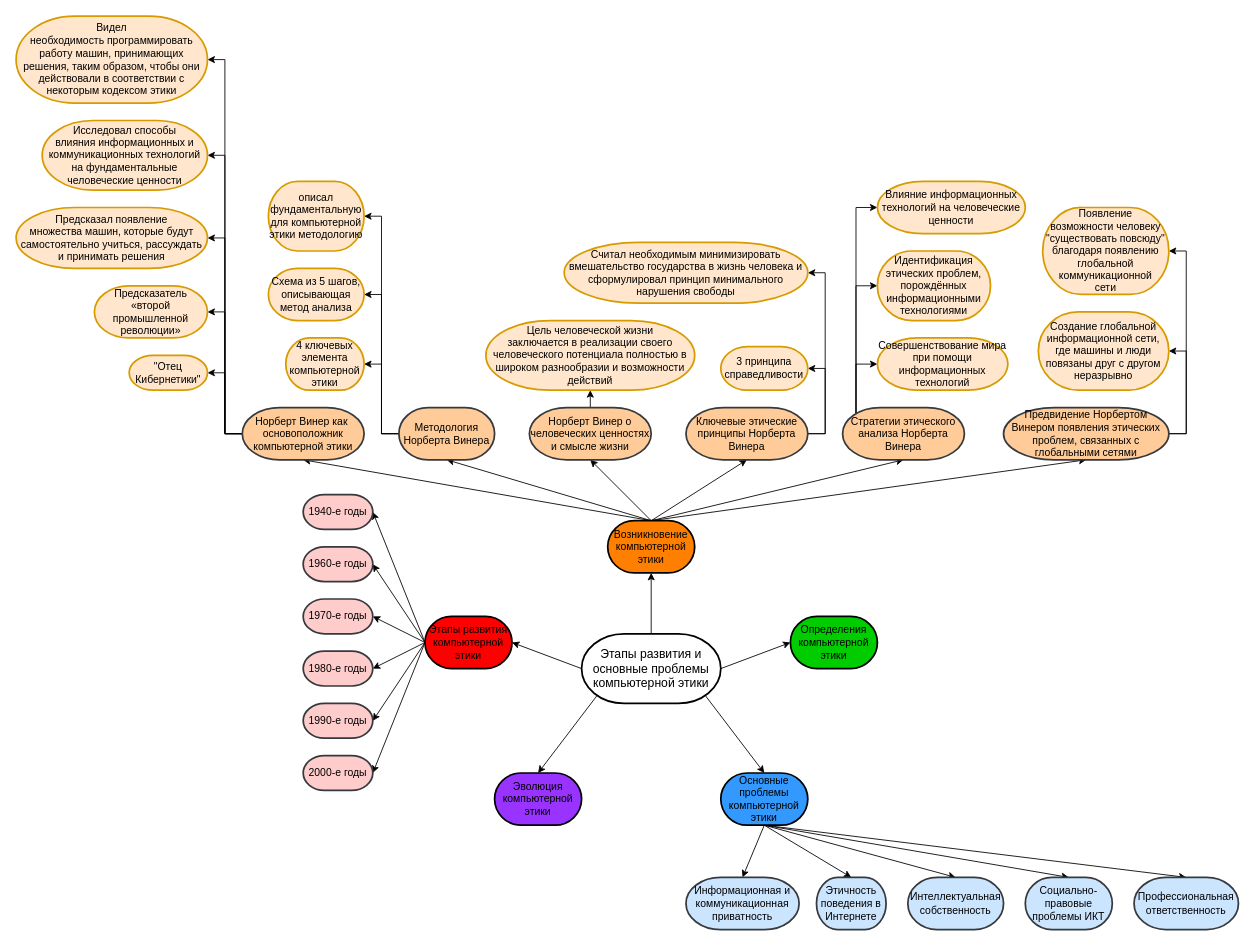
DMfananddu/DSM keeps this draw.io diagram as MIND-map.drawio. Above is the earlier version. Source tidied: cells renumbered, new cells numbered last; positions are measured from the earlier drawing's top-left corner, leaving out a move shared by most shapes. Both pictures are drawn from the tidied source at 87%, with x=0, y=0 at pixel (16, 16).
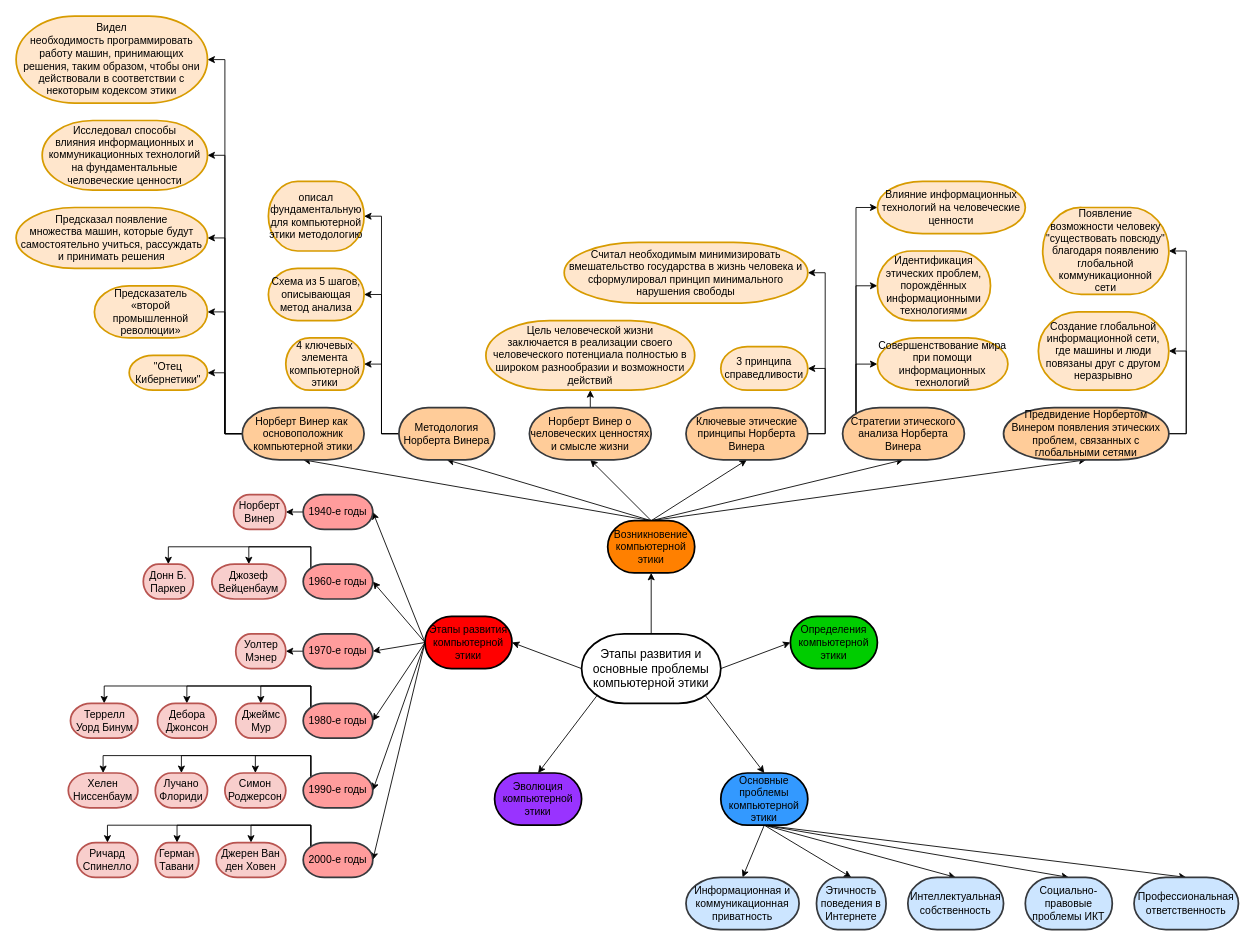
The same page after the edit.

The edit, as a diff of the source:
```diff
@@
+    <mxCell id="79" style="edgeStyle=orthogonalEdgeStyle;rounded=0;jettySize=auto;html=1;exitX=0.11;exitY=0.11;exitDx=0;exitDy=0;exitPerimeter=0;entryX=0.5;entryY=0;entryDx=0;entryDy=0;entryPerimeter=0;" parent="1" edge="1" source="30" target="94">
+      <mxGeometry relative="1" as="geometry">
+        <Array as="points">
+          <mxPoint x="339" y="610" />
+          <mxPoint x="268" y="610" />
+        </Array>
+      </mxGeometry>
+    </mxCell>
+    <mxCell id="80" style="edgeStyle=orthogonalEdgeStyle;rounded=0;jettySize=auto;html=1;exitX=0.11;exitY=0.11;exitDx=0;exitDy=0;exitPerimeter=0;entryX=0.5;entryY=0;entryDx=0;entryDy=0;entryPerimeter=0;" parent="1" edge="1" source="30" target="92">
+      <mxGeometry relative="1" as="geometry">
+        <Array as="points">
+          <mxPoint x="339" y="610" />
+          <mxPoint x="175" y="610" />
+        </Array>
+      </mxGeometry>
+    </mxCell>
-    <mxCell id="30" value="1960-е годы" style="strokeWidth=2;html=1;shape=mxgraph.flowchart.terminator;whiteSpace=wrap;fillColor=#ffcccc;strokeColor=#36393d;" parent="1" vertex="1">
-      <mxGeometry x="330" y="610" width="80" height="40" as="geometry" />
+    <mxCell id="30" value="1960-е годы" style="strokeWidth=2;html=1;shape=mxgraph.flowchart.terminator;whiteSpace=wrap;fillColor=#FF9C9C;strokeColor=#36393d;" parent="1" vertex="1">
+      <mxGeometry x="330" y="630" width="80" height="40" as="geometry" />
     </mxCell>
+    <mxCell id="81" style="edgeStyle=orthogonalEdgeStyle;rounded=0;jettySize=auto;html=1;exitX=0.11;exitY=0.11;exitDx=0;exitDy=0;exitPerimeter=0;entryX=0.5;entryY=0;entryDx=0;entryDy=0;entryPerimeter=0;" parent="1" edge="1" source="31" target="102">
+      <mxGeometry relative="1" as="geometry">
+        <Array as="points">
+          <mxPoint x="339" y="930" />
+          <mxPoint x="270" y="930" />
+        </Array>
+      </mxGeometry>
+    </mxCell>
+    <mxCell id="82" style="edgeStyle=orthogonalEdgeStyle;rounded=0;jettySize=auto;html=1;exitX=0.11;exitY=0.11;exitDx=0;exitDy=0;exitPerimeter=0;entryX=0.5;entryY=0;entryDx=0;entryDy=0;entryPerimeter=0;" parent="1" edge="1" source="31" target="103">
+      <mxGeometry relative="1" as="geometry">
+        <Array as="points">
+          <mxPoint x="339" y="930" />
+          <mxPoint x="185" y="930" />
+        </Array>
+      </mxGeometry>
+    </mxCell>
+    <mxCell id="83" style="edgeStyle=orthogonalEdgeStyle;rounded=0;jettySize=auto;html=1;exitX=0.11;exitY=0.11;exitDx=0;exitDy=0;exitPerimeter=0;entryX=0.5;entryY=0;entryDx=0;entryDy=0;entryPerimeter=0;" parent="1" edge="1" source="31" target="104">
+      <mxGeometry relative="1" as="geometry">
+        <Array as="points">
+          <mxPoint x="339" y="930" />
+          <mxPoint x="105" y="930" />
+        </Array>
+      </mxGeometry>
+    </mxCell>
-    <mxCell id="31" value="2000-е годы" style="strokeWidth=2;html=1;shape=mxgraph.flowchart.terminator;whiteSpace=wrap;fillColor=#ffcccc;strokeColor=#36393d;" parent="1" vertex="1">
-      <mxGeometry x="330" y="850" width="80" height="40" as="geometry" />
+    <mxCell id="31" value="2000-е годы" style="strokeWidth=2;html=1;shape=mxgraph.flowchart.terminator;whiteSpace=wrap;fillColor=#FF9C9C;strokeColor=#36393d;" parent="1" vertex="1">
+      <mxGeometry x="330" y="950" width="80" height="40" as="geometry" />
     </mxCell>
+    <mxCell id="84" style="edgeStyle=orthogonalEdgeStyle;rounded=0;jettySize=auto;html=1;exitX=0;exitY=0.5;exitDx=0;exitDy=0;exitPerimeter=0;entryX=1;entryY=0.5;entryDx=0;entryDy=0;entryPerimeter=0;" parent="1" edge="1" source="32" target="95">
+      <mxGeometry relative="1" as="geometry" />
+    </mxCell>
-    <mxCell id="32" value="1970-е годы" style="strokeWidth=2;html=1;shape=mxgraph.flowchart.terminator;whiteSpace=wrap;fillColor=#ffcccc;strokeColor=#36393d;" parent="1" vertex="1">
-      <mxGeometry x="330" y="670" width="80" height="40" as="geometry" />
+    <mxCell id="32" value="1970-е годы" style="strokeWidth=2;html=1;shape=mxgraph.flowchart.terminator;whiteSpace=wrap;fillColor=#FF9C9C;strokeColor=#36393d;" parent="1" vertex="1">
+      <mxGeometry x="330" y="710" width="80" height="40" as="geometry" />
     </mxCell>
+    <mxCell id="85" style="edgeStyle=orthogonalEdgeStyle;rounded=0;jettySize=auto;html=1;exitX=0;exitY=0.5;exitDx=0;exitDy=0;exitPerimeter=0;entryX=1;entryY=0.5;entryDx=0;entryDy=0;entryPerimeter=0;" parent="1" edge="1" source="33" target="93">
+      <mxGeometry relative="1" as="geometry" />
+    </mxCell>
-    <mxCell id="33" value="1940-е годы" style="strokeWidth=2;html=1;shape=mxgraph.flowchart.terminator;whiteSpace=wrap;fillColor=#ffcccc;strokeColor=#36393d;" parent="1" vertex="1">
+    <mxCell id="33" value="1940-е годы" style="strokeWidth=2;html=1;shape=mxgraph.flowchart.terminator;whiteSpace=wrap;fillColor=#FF9C9C;strokeColor=#36393d;" parent="1" vertex="1">
       <mxGeometry x="330" y="550" width="80" height="40" as="geometry" />
     </mxCell>
+    <mxCell id="86" style="edgeStyle=orthogonalEdgeStyle;rounded=0;jettySize=auto;html=1;exitX=0.11;exitY=0.11;exitDx=0;exitDy=0;exitPerimeter=0;entryX=0.5;entryY=0;entryDx=0;entryDy=0;entryPerimeter=0;" parent="1" edge="1" source="34" target="96">
+      <mxGeometry relative="1" as="geometry">
+        <Array as="points">
+          <mxPoint x="339" y="770" />
+          <mxPoint x="281" y="770" />
+        </Array>
+      </mxGeometry>
+    </mxCell>
+    <mxCell id="87" style="edgeStyle=orthogonalEdgeStyle;rounded=0;jettySize=auto;html=1;exitX=0.11;exitY=0.11;exitDx=0;exitDy=0;exitPerimeter=0;entryX=0.5;entryY=0;entryDx=0;entryDy=0;entryPerimeter=0;" parent="1" edge="1" source="34" target="97">
+      <mxGeometry relative="1" as="geometry">
+        <Array as="points">
+          <mxPoint x="339" y="770" />
+          <mxPoint x="196" y="770" />
+        </Array>
+      </mxGeometry>
+    </mxCell>
+    <mxCell id="88" style="edgeStyle=orthogonalEdgeStyle;rounded=0;jettySize=auto;html=1;exitX=0.11;exitY=0.11;exitDx=0;exitDy=0;exitPerimeter=0;entryX=0.5;entryY=0;entryDx=0;entryDy=0;entryPerimeter=0;" parent="1" edge="1" source="34" target="98">
+      <mxGeometry relative="1" as="geometry">
+        <Array as="points">
+          <mxPoint x="339" y="770" />
+          <mxPoint x="101" y="770" />
+        </Array>
+      </mxGeometry>
+    </mxCell>
-    <mxCell id="34" value="1980-е годы" style="strokeWidth=2;html=1;shape=mxgraph.flowchart.terminator;whiteSpace=wrap;fillColor=#ffcccc;strokeColor=#36393d;" parent="1" vertex="1">
-      <mxGeometry x="330" y="730" width="80" height="40" as="geometry" />
+    <mxCell id="34" value="1980-е годы" style="strokeWidth=2;html=1;shape=mxgraph.flowchart.terminator;whiteSpace=wrap;fillColor=#FF9C9C;strokeColor=#36393d;" parent="1" vertex="1">
+      <mxGeometry x="330" y="790" width="80" height="40" as="geometry" />
     </mxCell>
+    <mxCell id="89" style="edgeStyle=orthogonalEdgeStyle;rounded=0;jettySize=auto;html=1;exitX=0.11;exitY=0.11;exitDx=0;exitDy=0;exitPerimeter=0;entryX=0.5;entryY=0;entryDx=0;entryDy=0;entryPerimeter=0;" parent="1" edge="1" source="35" target="99">
+      <mxGeometry relative="1" as="geometry">
+        <Array as="points">
+          <mxPoint x="339" y="850" />
+          <mxPoint x="275" y="850" />
+        </Array>
+      </mxGeometry>
+    </mxCell>
+    <mxCell id="90" style="edgeStyle=orthogonalEdgeStyle;rounded=0;jettySize=auto;html=1;exitX=0.11;exitY=0.11;exitDx=0;exitDy=0;exitPerimeter=0;entryX=0.5;entryY=0;entryDx=0;entryDy=0;entryPerimeter=0;" parent="1" edge="1" source="35" target="100">
+      <mxGeometry relative="1" as="geometry">
+        <Array as="points">
+          <mxPoint x="339" y="850" />
+          <mxPoint x="190" y="850" />
+        </Array>
+      </mxGeometry>
+    </mxCell>
+    <mxCell id="91" style="edgeStyle=orthogonalEdgeStyle;rounded=0;jettySize=auto;html=1;exitX=0.11;exitY=0.11;exitDx=0;exitDy=0;exitPerimeter=0;entryX=0.5;entryY=0;entryDx=0;entryDy=0;entryPerimeter=0;" parent="1" edge="1" source="35" target="101">
+      <mxGeometry relative="1" as="geometry">
+        <Array as="points">
+          <mxPoint x="339" y="850" />
+          <mxPoint x="100" y="850" />
+        </Array>
+      </mxGeometry>
+    </mxCell>
-    <mxCell id="35" value="1990-е годы" style="strokeWidth=2;html=1;shape=mxgraph.flowchart.terminator;whiteSpace=wrap;fillColor=#ffcccc;strokeColor=#36393d;" parent="1" vertex="1">
-      <mxGeometry x="330" y="790" width="80" height="40" as="geometry" />
+    <mxCell id="35" value="1990-е годы" style="strokeWidth=2;html=1;shape=mxgraph.flowchart.terminator;whiteSpace=wrap;fillColor=#FF9C9C;strokeColor=#36393d;" parent="1" vertex="1">
+      <mxGeometry x="330" y="870" width="80" height="40" as="geometry" />
     </mxCell>
@@
+    <mxCell id="92" value="Донн Б. Паркер" style="strokeWidth=2;html=1;shape=mxgraph.flowchart.terminator;whiteSpace=wrap;fillColor=#f8cecc;strokeColor=#b85450;" parent="1" vertex="1">
+      <mxGeometry x="146.2" y="630" width="57.5" height="40" as="geometry" />
+    </mxCell>
+    <mxCell id="93" value="Норберт Винер" style="strokeWidth=2;html=1;shape=mxgraph.flowchart.terminator;whiteSpace=wrap;fillColor=#f8cecc;strokeColor=#b85450;" parent="1" vertex="1">
+      <mxGeometry x="250" y="550" width="60" height="40" as="geometry" />
+    </mxCell>
+    <mxCell id="94" value="Джозеф Вейценбаум" style="strokeWidth=2;html=1;shape=mxgraph.flowchart.terminator;whiteSpace=wrap;fillColor=#f8cecc;strokeColor=#b85450;" parent="1" vertex="1">
+      <mxGeometry x="225" y="630" width="85" height="40" as="geometry" />
+    </mxCell>
+    <mxCell id="95" value="Уолтер Мэнер" style="strokeWidth=2;html=1;shape=mxgraph.flowchart.terminator;whiteSpace=wrap;fillColor=#f8cecc;strokeColor=#b85450;" parent="1" vertex="1">
+      <mxGeometry x="252.5" y="710" width="57.5" height="40" as="geometry" />
+    </mxCell>
+    <mxCell id="96" value="Джеймс Мур" style="strokeWidth=2;html=1;shape=mxgraph.flowchart.terminator;whiteSpace=wrap;fillColor=#f8cecc;strokeColor=#b85450;" parent="1" vertex="1">
+      <mxGeometry x="252.5" y="790" width="57.5" height="40" as="geometry" />
+    </mxCell>
+    <mxCell id="97" value="Дебора Джонсон" style="strokeWidth=2;html=1;shape=mxgraph.flowchart.terminator;whiteSpace=wrap;fillColor=#f8cecc;strokeColor=#b85450;" parent="1" vertex="1">
+      <mxGeometry x="162.5" y="790" width="67.5" height="40" as="geometry" />
+    </mxCell>
+    <mxCell id="98" value="Террелл Уорд Бинум" style="strokeWidth=2;html=1;shape=mxgraph.flowchart.terminator;whiteSpace=wrap;fillColor=#f8cecc;strokeColor=#b85450;" parent="1" vertex="1">
+      <mxGeometry x="62.5" y="790" width="77.5" height="40" as="geometry" />
+    </mxCell>
+    <mxCell id="99" value="Симон Роджерсон" style="strokeWidth=2;html=1;shape=mxgraph.flowchart.terminator;whiteSpace=wrap;fillColor=#f8cecc;strokeColor=#b85450;" parent="1" vertex="1">
+      <mxGeometry x="240" y="870" width="70" height="40" as="geometry" />
+    </mxCell>
+    <mxCell id="100" value="Лучано Флориди" style="strokeWidth=2;html=1;shape=mxgraph.flowchart.terminator;whiteSpace=wrap;fillColor=#f8cecc;strokeColor=#b85450;" parent="1" vertex="1">
+      <mxGeometry x="160" y="870" width="60" height="40" as="geometry" />
+    </mxCell>
+    <mxCell id="101" value="Хелен Ниссенбаум" style="strokeWidth=2;html=1;shape=mxgraph.flowchart.terminator;whiteSpace=wrap;fillColor=#f8cecc;strokeColor=#b85450;" parent="1" vertex="1">
+      <mxGeometry x="60" y="870" width="80" height="40" as="geometry" />
+    </mxCell>
+    <mxCell id="102" value="Джерен Ван ден Ховен" style="strokeWidth=2;html=1;shape=mxgraph.flowchart.terminator;whiteSpace=wrap;fillColor=#f8cecc;strokeColor=#b85450;" parent="1" vertex="1">
+      <mxGeometry x="230" y="950" width="80" height="40" as="geometry" />
+    </mxCell>
+    <mxCell id="103" value="Герман Тавани" style="strokeWidth=2;html=1;shape=mxgraph.flowchart.terminator;whiteSpace=wrap;fillColor=#f8cecc;strokeColor=#b85450;" parent="1" vertex="1">
+      <mxGeometry x="160" y="950" width="50" height="40" as="geometry" />
+    </mxCell>
+    <mxCell id="104" value="Ричард Спинелло" style="strokeWidth=2;html=1;shape=mxgraph.flowchart.terminator;whiteSpace=wrap;fillColor=#f8cecc;strokeColor=#b85450;" parent="1" vertex="1">
+      <mxGeometry x="70" y="950" width="70" height="40" as="geometry" />
+    </mxCell>
```
